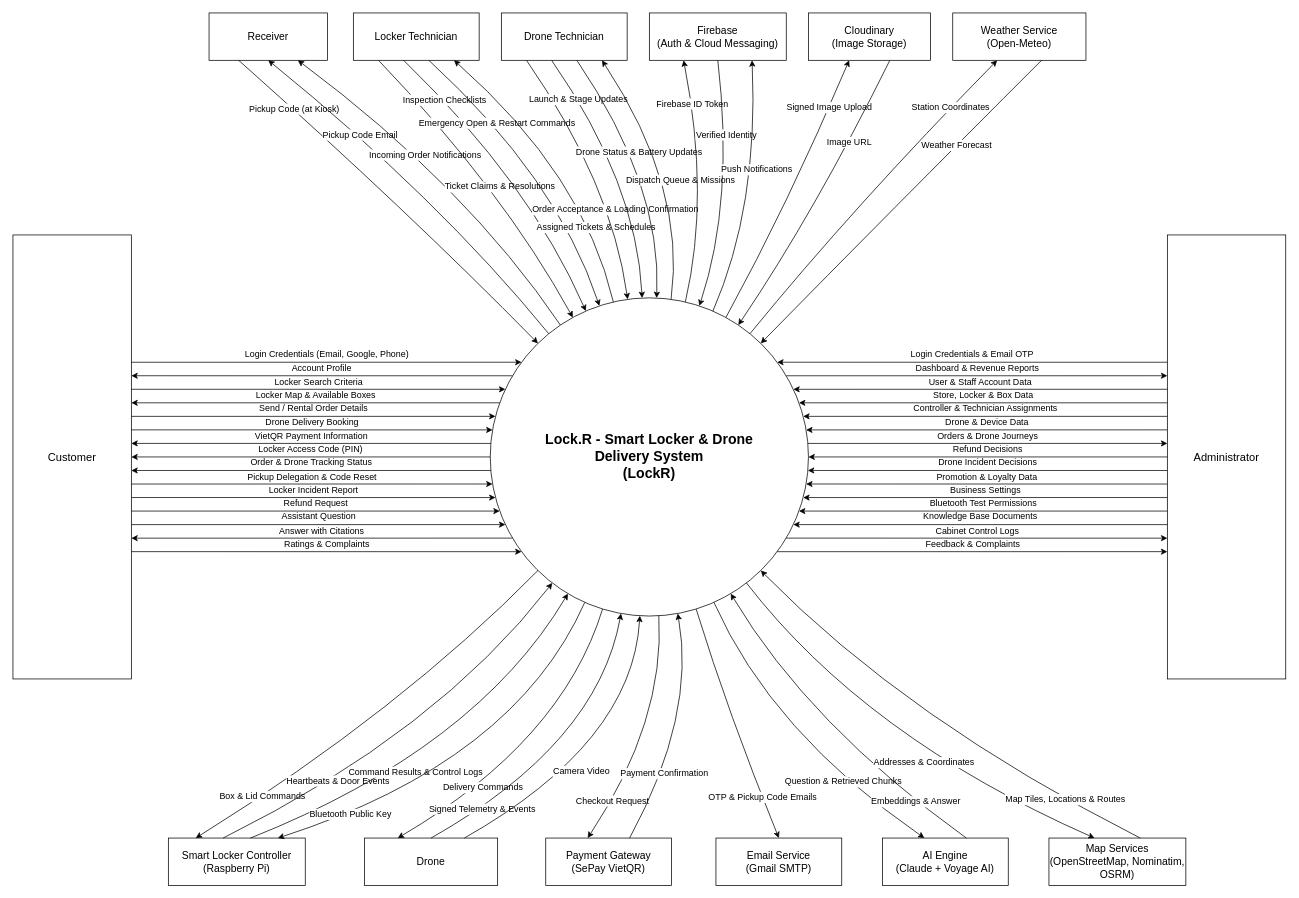
LockR-Tech/docs keeps this draw.io diagram as rp3/srs-assets/drawio/01-context-diagram.drawio. Above is the earlier version. Source tidied: cells renumbered, new cells numbered last; positions are measured from the earlier drawing's top-left corner, leaving out a move shared by most shapes. Both pictures are drawn from the tidied source at 74%, with x=0, y=0 at pixel (13, 13).
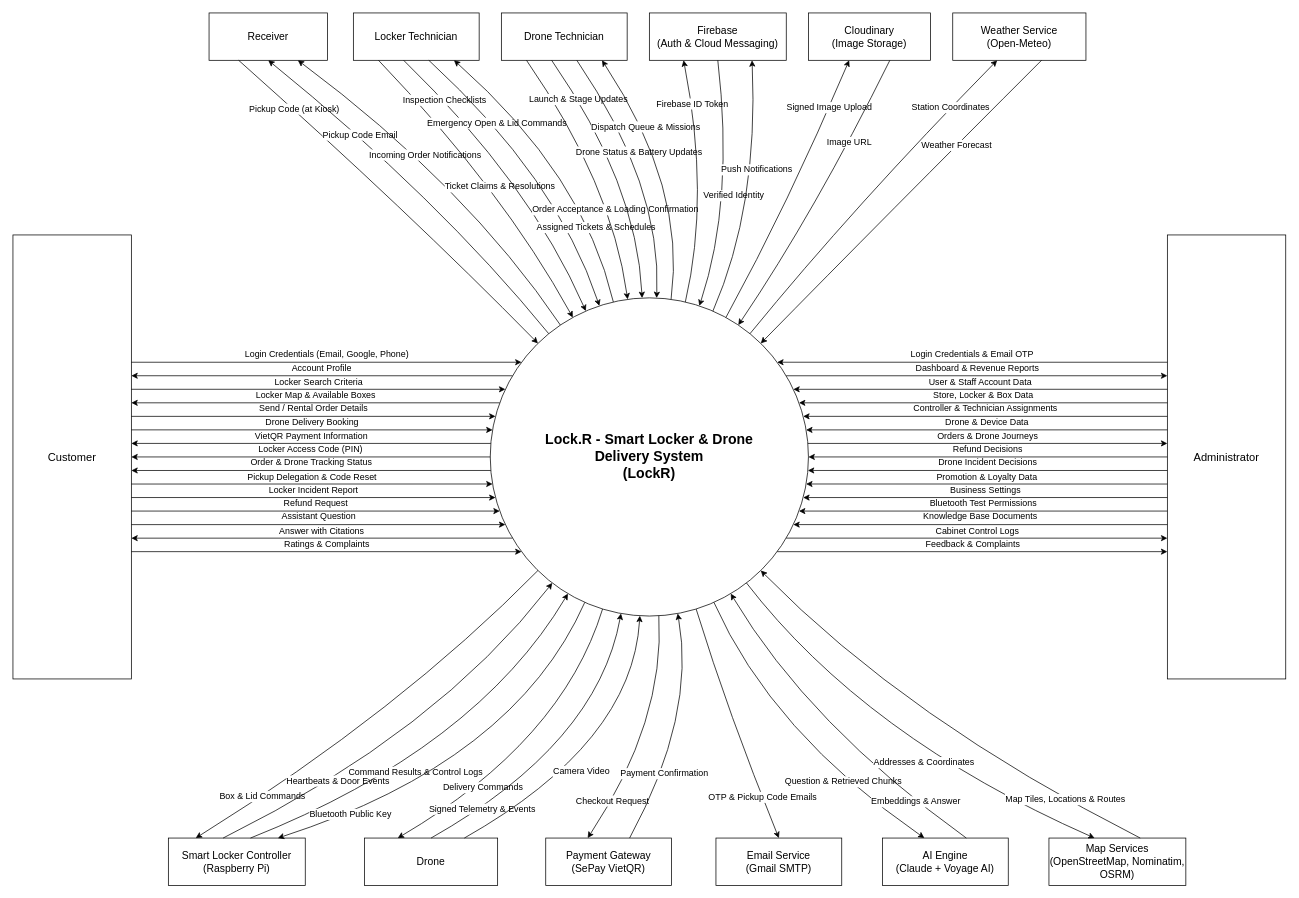
Above is the later version.

Unchanged cells that the change refers to:
```xml
<mxCell id="2" value="Lock.R - Smart Locker &amp;amp; Drone&lt;br&gt;Delivery System&lt;br&gt;(LockR)" style="ellipse;whiteSpace=wrap;html=1;fontSize=19;fontStyle=1;strokeColor=#000000;fillColor=#FFFFFF;" parent="1" vertex="1">
  <mxGeometry x="645" y="385" width="430" height="430" as="geometry" />
</mxCell>
<mxCell id="36" value="Locker Technician" style="rounded=0;whiteSpace=wrap;html=1;fontSize=14;strokeColor=#000000;fillColor=#FFFFFF;fontColor=#000000;" parent="1" vertex="1">
  <mxGeometry x="460" width="170" height="64" as="geometry" />
</mxCell>
<mxCell id="37" value="Drone Technician" style="rounded=0;whiteSpace=wrap;html=1;fontSize=14;strokeColor=#000000;fillColor=#FFFFFF;fontColor=#000000;" parent="1" vertex="1">
  <mxGeometry x="660" width="170" height="64" as="geometry" />
</mxCell>
<mxCell id="38" value="Firebase&lt;br&gt;(Auth &amp;amp; Cloud Messaging)" style="rounded=0;whiteSpace=wrap;html=1;fontSize=14;strokeColor=#000000;fillColor=#FFFFFF;fontColor=#000000;" parent="1" vertex="1">
  <mxGeometry x="860" width="185" height="64" as="geometry" />
</mxCell>
```

What changed in the source:
```diff
@@
-    <mxCell id="46" value="Emergency Open &amp;amp; Restart Commands" style="curved=1;endArrow=classic;endFill=1;html=1;fontSize=12;strokeColor=#000000;fontColor=#000000;labelBackgroundColor=#FFFFFF;exitX=0.6000;exitY=1;exitDx=0;exitDy=0;entryX=0.3429;entryY=0.0253;entryDx=0;entryDy=0;entryPerimeter=0;" parent="1" edge="1" source="36" target="2">
+    <mxCell id="46" value="Emergency Open &amp;amp; Lid Commands" style="curved=1;endArrow=classic;endFill=1;html=1;fontSize=12;strokeColor=#000000;fontColor=#000000;labelBackgroundColor=#FFFFFF;exitX=0.6000;exitY=1;exitDx=0;exitDy=0;entryX=0.3429;entryY=0.0253;entryDx=0;entryDy=0;entryPerimeter=0;" parent="1" edge="1" source="36" target="2">
       <mxGeometry x="-0.4" relative="1" as="geometry">
         <Array as="points">
           <mxPoint x="735.3" y="223.3" />
         </Array>
       </mxGeometry>
     </mxCell>
@@
     <mxCell id="51" value="Dispatch Queue &amp;amp; Missions" style="curved=1;endArrow=classic;endFill=1;html=1;fontSize=12;strokeColor=#000000;fontColor=#000000;labelBackgroundColor=#FFFFFF;exitX=0.5683;exitY=0.0047;exitDx=0;exitDy=0;exitPerimeter=0;entryX=0.8000;entryY=1;entryDx=0;entryDy=0;" parent="1" edge="1" source="2" target="37">
-      <mxGeometry x="-0.08" relative="1" as="geometry">
+      <mxGeometry x="0.4" relative="1" as="geometry">
         <Array as="points">
           <mxPoint x="910" y="237.1" />
         </Array>
       </mxGeometry>
     </mxCell>
@@
     <mxCell id="53" value="Verified Identity" style="curved=1;endArrow=classic;endFill=1;html=1;fontSize=12;strokeColor=#000000;fontColor=#000000;labelBackgroundColor=#FFFFFF;exitX=0.5000;exitY=1;exitDx=0;exitDy=0;entryX=0.6571;entryY=0.0253;entryDx=0;entryDy=0;entryPerimeter=0;" parent="1" edge="1" source="38" target="2">
-      <mxGeometry x="-0.4" relative="1" as="geometry">
+      <mxGeometry x="0.08" relative="1" as="geometry">
         <Array as="points">
           <mxPoint x="974.6" y="253.7" />
         </Array>
       </mxGeometry>
     </mxCell>
```
